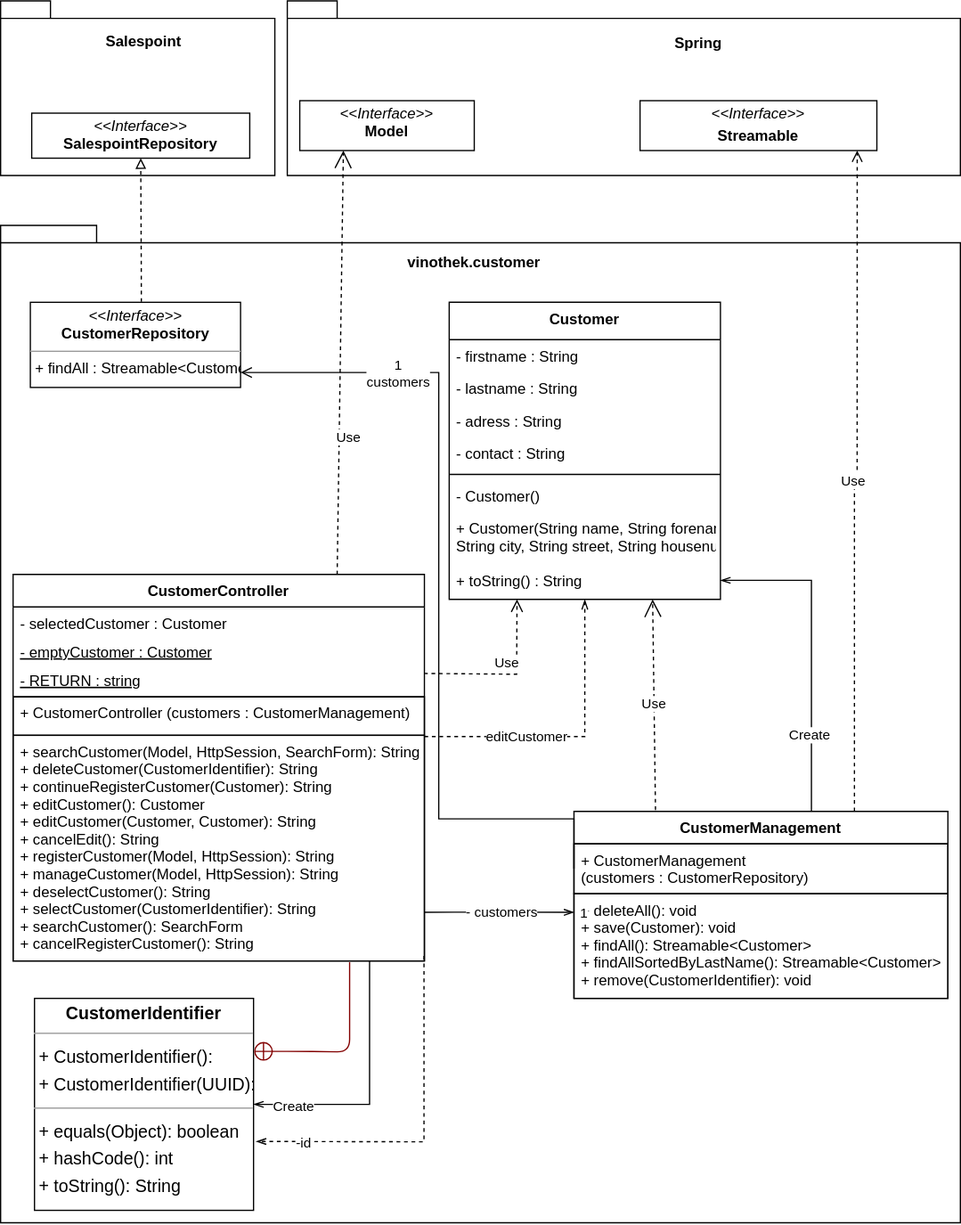
Before: diagrams SWP/Klassendiagramm Customer.drawio.svg, a diagram exported from draw.io (StarSkiller/Diagrams). Source tidied: cells renumbered, new cells last; positions are measured from the earlier drawing's top-left corner, leaving out a move shared by most shapes.
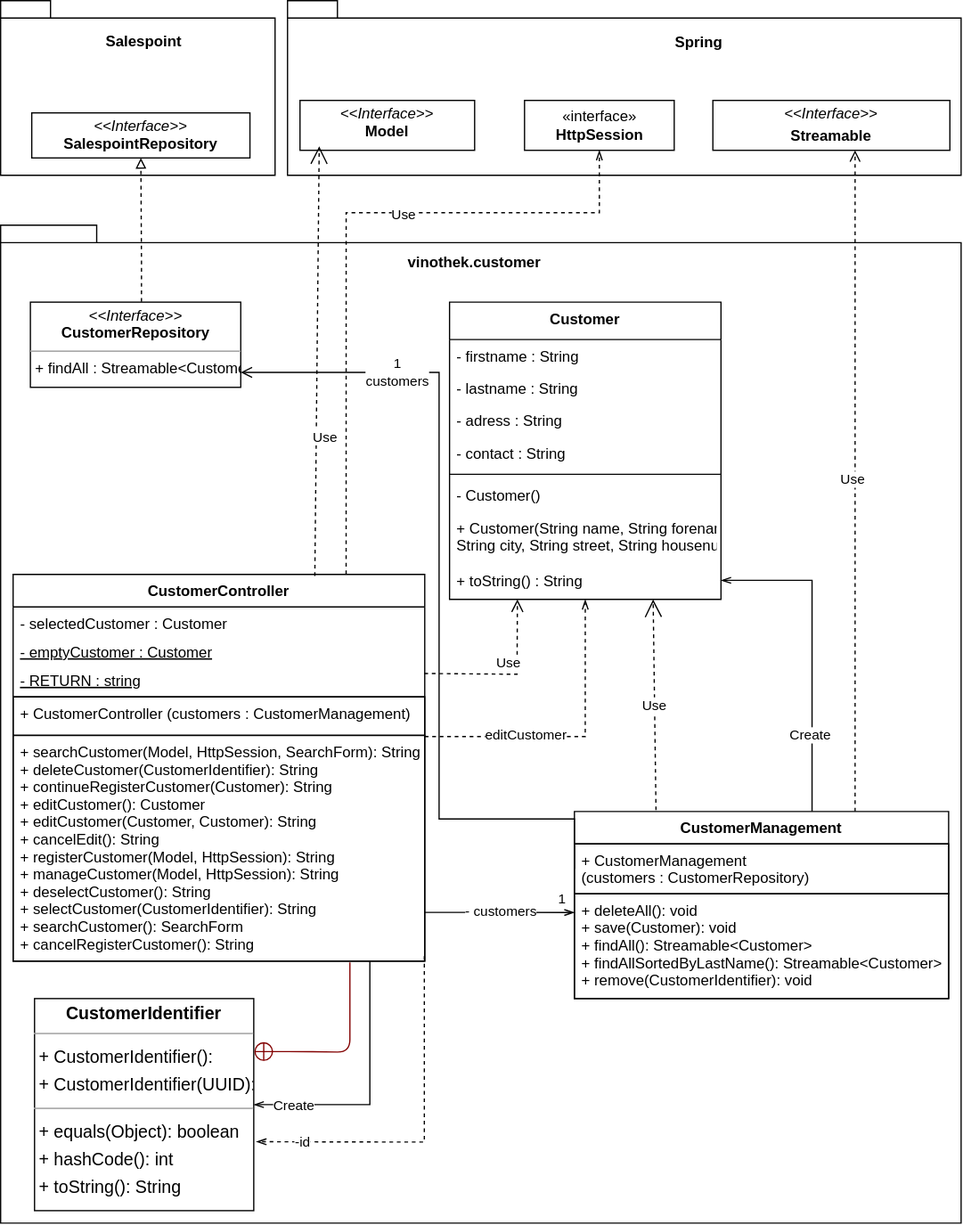
Later version of the same file.

The edit, as a diff of the source:
```diff
@@ -100,7 +100,7 @@
     </mxCell>
     <mxCell id="30" value="1" style="edgeLabel;html=1;align=center;verticalAlign=middle;" parent="29" vertex="1">
       <mxGeometry x="-0.24" relative="1" as="geometry">
-        <mxPoint x="82" as="offset" />
+        <mxPoint x="64" y="-11" as="offset" />
       </mxGeometry>
     </mxCell>
     <mxCell id="31" value="- customers" style="edgeLabel;html=1;align=center;verticalAlign=middle;" parent="29" vertex="1">
@@ -200,20 +200,34 @@
       <mxGeometry x="240" y="80" width="140" height="40" as="geometry" />
     </mxCell>
     <mxCell id="52" value="&lt;p style=&quot;margin:0px;margin-top:4px;text-align:center;&quot;&gt;&lt;i&gt;&amp;lt;&amp;lt;Interface&amp;gt;&amp;gt;&lt;/i&gt;&lt;/p&gt;&lt;p style=&quot;margin:0px;margin-top:4px;text-align:center;&quot;&gt;&lt;b&gt;Streamable&lt;/b&gt;&lt;br&gt;&lt;/p&gt;" style="verticalAlign=top;align=left;overflow=fill;fontSize=12;fontFamily=Helvetica;html=1;" parent="1" vertex="1">
-      <mxGeometry x="513" y="80" width="190" height="40" as="geometry" />
+      <mxGeometry x="571" y="80" width="190" height="40" as="geometry" />
     </mxCell>
-    <mxCell id="53" style="edgeStyle=orthogonalEdgeStyle;rounded=0;jettySize=auto;html=1;exitX=0.75;exitY=0;exitDx=0;exitDy=0;entryX=0.917;entryY=1;entryDx=0;entryDy=0;entryPerimeter=0;endArrow=open;endFill=0;endSize=7;dashed=1;" parent="1" edge="1" source="14" target="52">
-      <mxGeometry relative="1" as="geometry" />
+    <mxCell id="53" style="edgeStyle=orthogonalEdgeStyle;rounded=0;jettySize=auto;html=1;exitX=0.75;exitY=0;exitDx=0;exitDy=0;endArrow=open;endFill=0;endSize=7;dashed=1;" parent="1" edge="1" source="14">
+      <mxGeometry relative="1" as="geometry">
+        <mxPoint x="685" y="120" as="targetPoint" />
+      </mxGeometry>
     </mxCell>
     <mxCell id="54" value="Use" style="edgeLabel;html=1;align=center;verticalAlign=middle;" parent="53" vertex="1">
       <mxGeometry x="-0.59" y="2" relative="1" as="geometry">
         <mxPoint y="-156" as="offset" />
       </mxGeometry>
     </mxCell>
-    <mxCell id="55" value="Use" style="endArrow=open;endSize=12;dashed=1;html=1;rounded=0;entryX=0.25;entryY=1;entryDx=0;entryDy=0;" parent="1" edge="1" target="51">
-      <mxGeometry x="-0.35" y="-7" relative="1" as="geometry">
-        <mxPoint x="270" y="460" as="sourcePoint" />
-      </mxGeometry>
+    <mxCell id="55" value="Use" style="endArrow=open;endSize=12;dashed=1;html=1;rounded=0;entryX=0.11;entryY=0.919;entryDx=0;entryDy=0;entryPerimeter=0;exitX=0.733;exitY=0.004;exitDx=0;exitDy=0;exitPerimeter=0;" parent="1" edge="1" source="33" target="51">
+      <mxGeometry x="-0.35" y="-7" relative="1" as="geometry" />
     </mxCell>
+    <mxCell id="56" value="«interface»&lt;br&gt;&lt;b&gt;HttpSession&lt;/b&gt;" style="html=1;strokeColor=default;" parent="1" vertex="1">
+      <mxGeometry x="420" y="80" width="120" height="40" as="geometry" />
+    </mxCell>
+    <mxCell id="57" style="edgeStyle=orthogonalEdgeStyle;rounded=0;jettySize=auto;html=1;exitX=0.809;exitY=-0.001;exitDx=0;exitDy=0;entryX=0.5;entryY=1;entryDx=0;entryDy=0;dashed=1;strokeColor=default;endArrow=openThin;endFill=0;exitPerimeter=0;" parent="1" edge="1" source="33" target="56">
+      <mxGeometry relative="1" as="geometry">
+        <Array as="points">
+          <mxPoint x="277" y="170" />
+          <mxPoint x="480" y="170" />
+        </Array>
+      </mxGeometry>
+    </mxCell>
+    <mxCell id="58" value="Use" style="edgeLabel;html=1;align=center;verticalAlign=middle;" parent="57" vertex="1">
+      <mxGeometry x="0.23" y="-2" relative="1" as="geometry" />
+    </mxCell>
   </root>
 </mxGraphModel>
```
